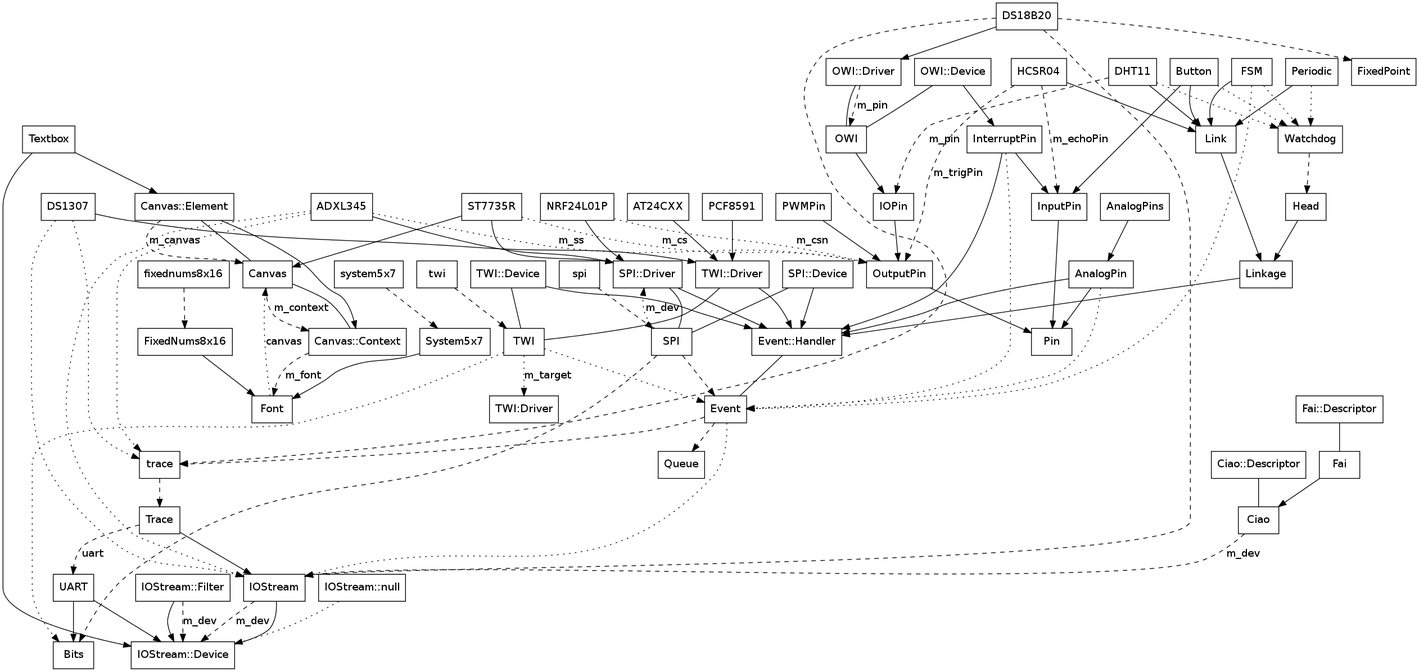
Above: CLASS.png in mikaelpatel/Cosa (Graphviz), before the change. Its source is kept beside it as CLASS.dot.
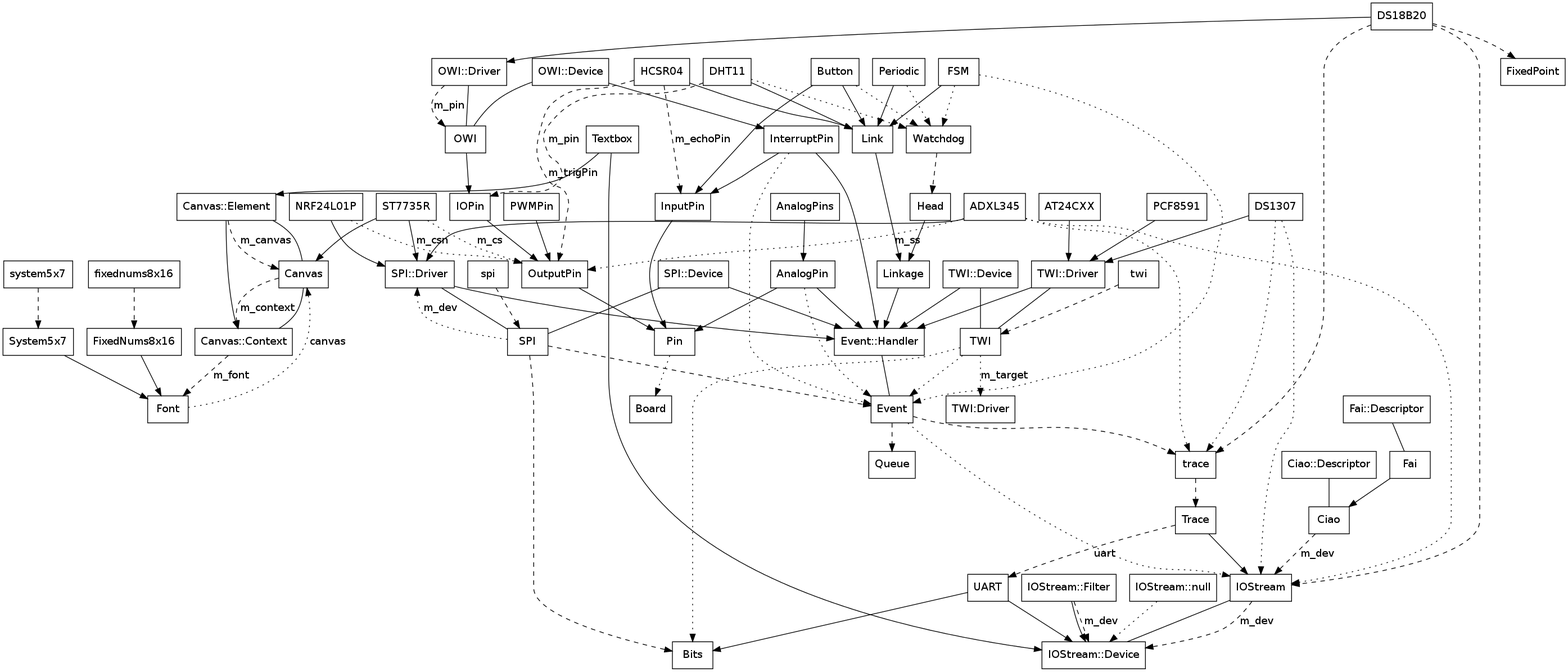
The same file after the commit.

Commit message:
Adding Board to class overview.

Change to the diagram source:
```diff
@@ -19,6 +19,7 @@
 "FSM" -> "Watchdog" [style=dotted];
 "FSM" -> "Event" [style=dotted];
 
+"Pin" -> "Board" [style=dotted];
 "InputPin" -> "Pin";
 "InterruptPin" -> "InputPin";
 "InterruptPin" -> "Event::Handler";
```
